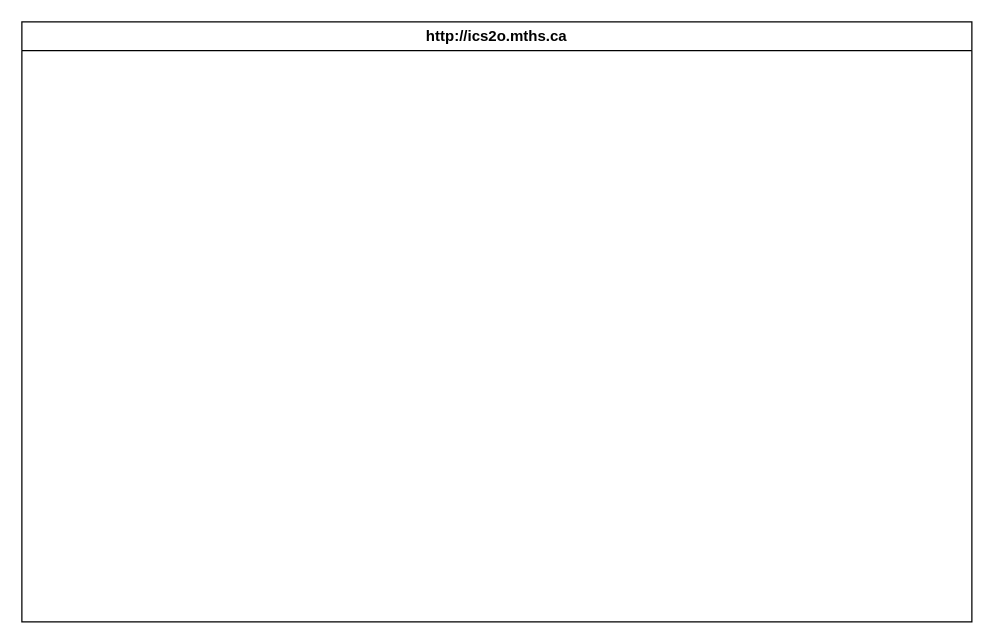
The draw.io diagram design/storyboard.drawio in MTHS-ICD2O-1-2023/ICD2O-Unit-5-01-manya-feng, before the edit. Source tidied: cells renumbered, new cells numbered last; positions are measured from the earlier drawing's top-left corner, leaving out a move shared by most shapes. Both pictures are drawn from the tidied source at 125%, with x=0, y=0 at pixel (21, 21).
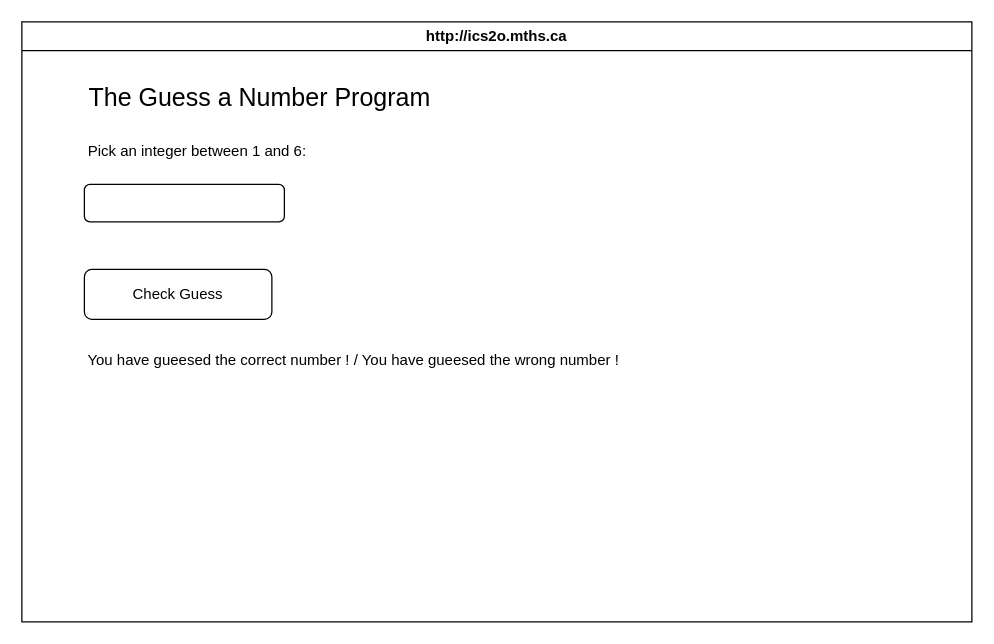
After the change.

Change to the diagram source:
```diff
@@
 <mxGraphModel>
   <root>
     <mxCell id="0" />
     <mxCell id="1" parent="0" />
     <mxCell id="2" value="http://ics2o.mths.ca" style="swimlane;whiteSpace=wrap;html=1;" parent="1" vertex="1">
       <mxGeometry width="760" height="480" as="geometry" />
     </mxCell>
+    <mxCell id="3" value="&lt;font style=&quot;font-size: 20px;&quot;&gt;The Guess a Number Program&lt;/font&gt;" style="text;html=1;align=center;verticalAlign=middle;strokeColor=none;fillColor=none;" parent="2" vertex="1">
+      <mxGeometry x="40" y="40" width="300" height="40" as="geometry" />
+    </mxCell>
+    <mxCell id="4" value="&lt;font style=&quot;font-size: 12px;&quot;&gt;Pick an integer between 1 and 6:&lt;/font&gt;" style="text;html=1;align=center;verticalAlign=middle;strokeColor=none;fillColor=none;fontSize=20;" parent="2" vertex="1">
+      <mxGeometry x="40" y="80" width="200" height="40" as="geometry" />
+    </mxCell>
+    <mxCell id="5" style="rounded=1;whiteSpace=wrap;html=1;fontSize=12;" parent="2" vertex="1">
+      <mxGeometry x="50" y="130" width="160" height="30" as="geometry" />
+    </mxCell>
+    <mxCell id="6" value="Check Guess" style="rounded=1;whiteSpace=wrap;html=1;fontSize=12;" parent="2" vertex="1">
+      <mxGeometry x="50" y="198" width="150" height="40" as="geometry" />
+    </mxCell>
+    <mxCell id="7" value="You have gueesed the correct number ! / You have gueesed the wrong number !" style="text;html=1;align=center;verticalAlign=middle;strokeColor=none;fillColor=none;fontSize=12;" parent="2" vertex="1">
+      <mxGeometry x="40" y="256" width="450" height="30" as="geometry" />
+    </mxCell>
   </root>
 </mxGraphModel>
```
